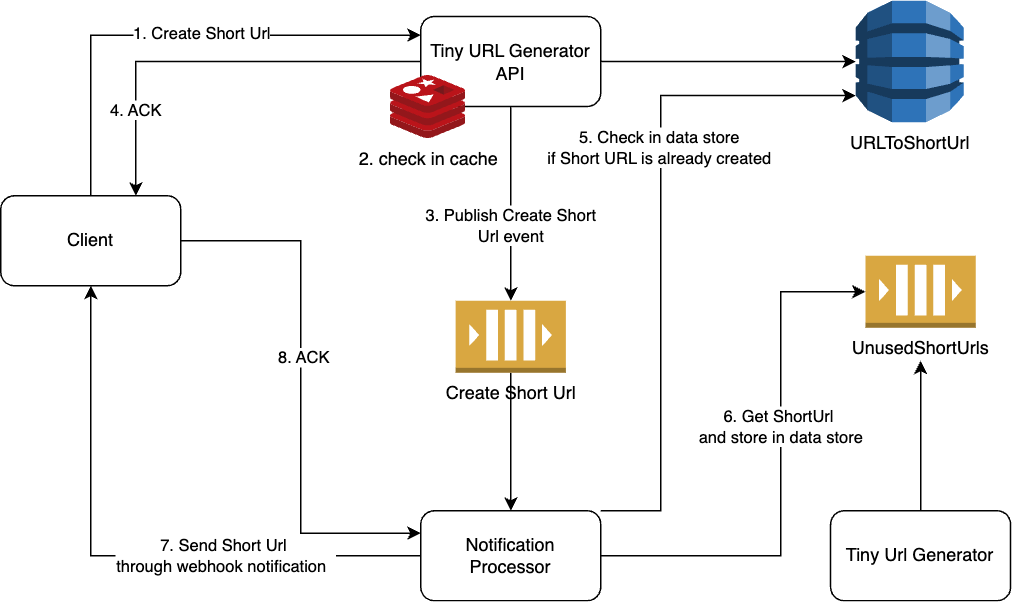
Above: Diagram.png in code-n-share/tiny_url_generator (draw.io), before the change. Source tidied: cells renumbered, new cells last; positions are measured from the earlier drawing's top-left corner, leaving out a move shared by most shapes.
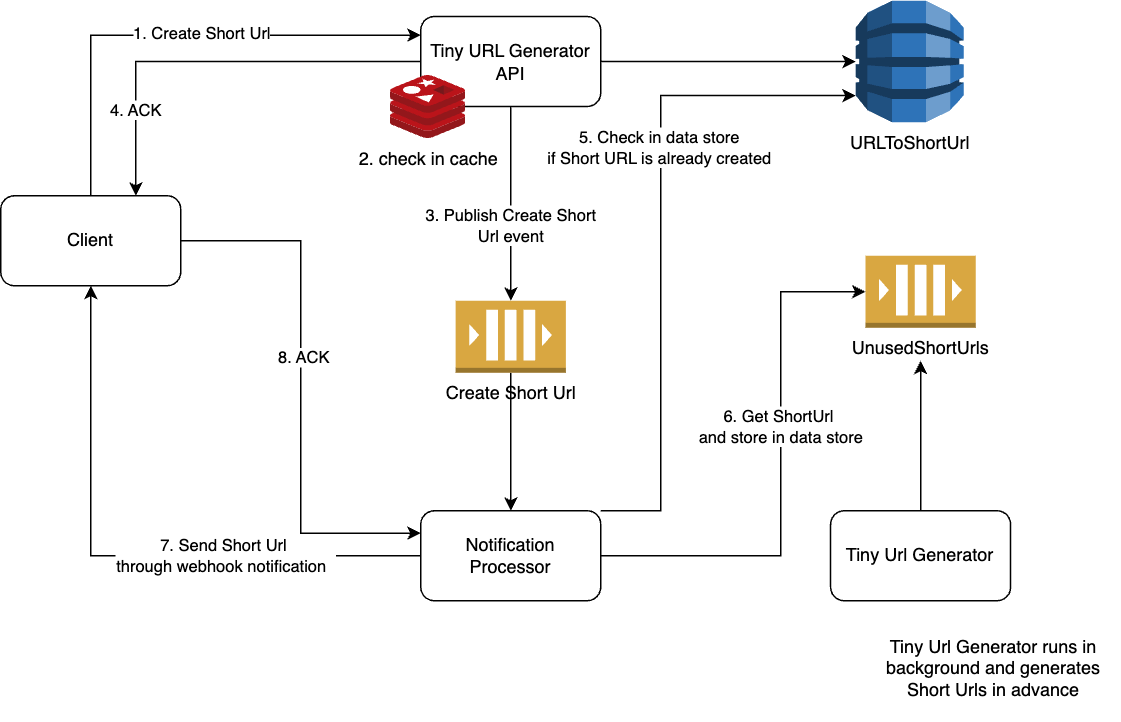
After the commit.

Diff of the diagram source:
```diff
@@ -106,5 +106,8 @@
         <mxPoint x="53" as="offset" />
       </mxGeometry>
     </mxCell>
+    <mxCell id="26" value="Tiny Url Generator runs in background and generates Short Urls in advance" style="text;html=1;strokeColor=none;fillColor=none;align=center;verticalAlign=middle;whiteSpace=wrap;rounded=0;" parent="1" vertex="1">
+      <mxGeometry x="576.5" y="410" width="170" height="70" as="geometry" />
+    </mxCell>
   </root>
 </mxGraphModel>
```
